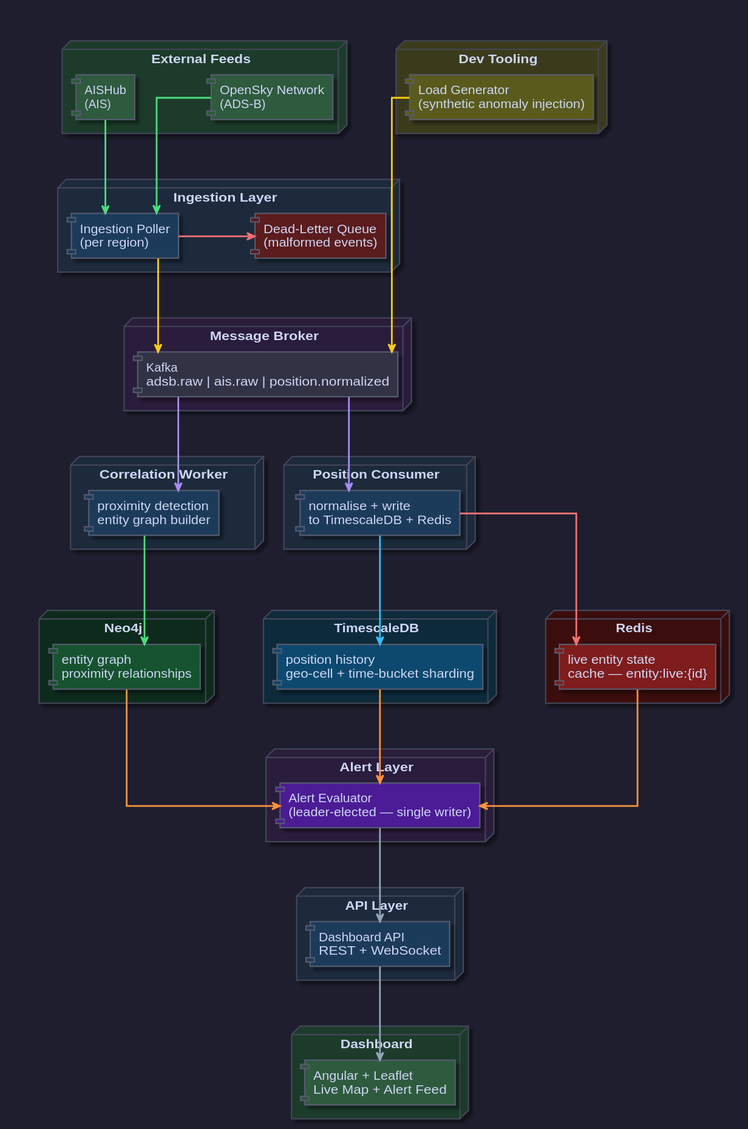
Earlier version of the PlantUML export diagrams/docs/Sentinel Architecture.svg (Buffden/sentinel).
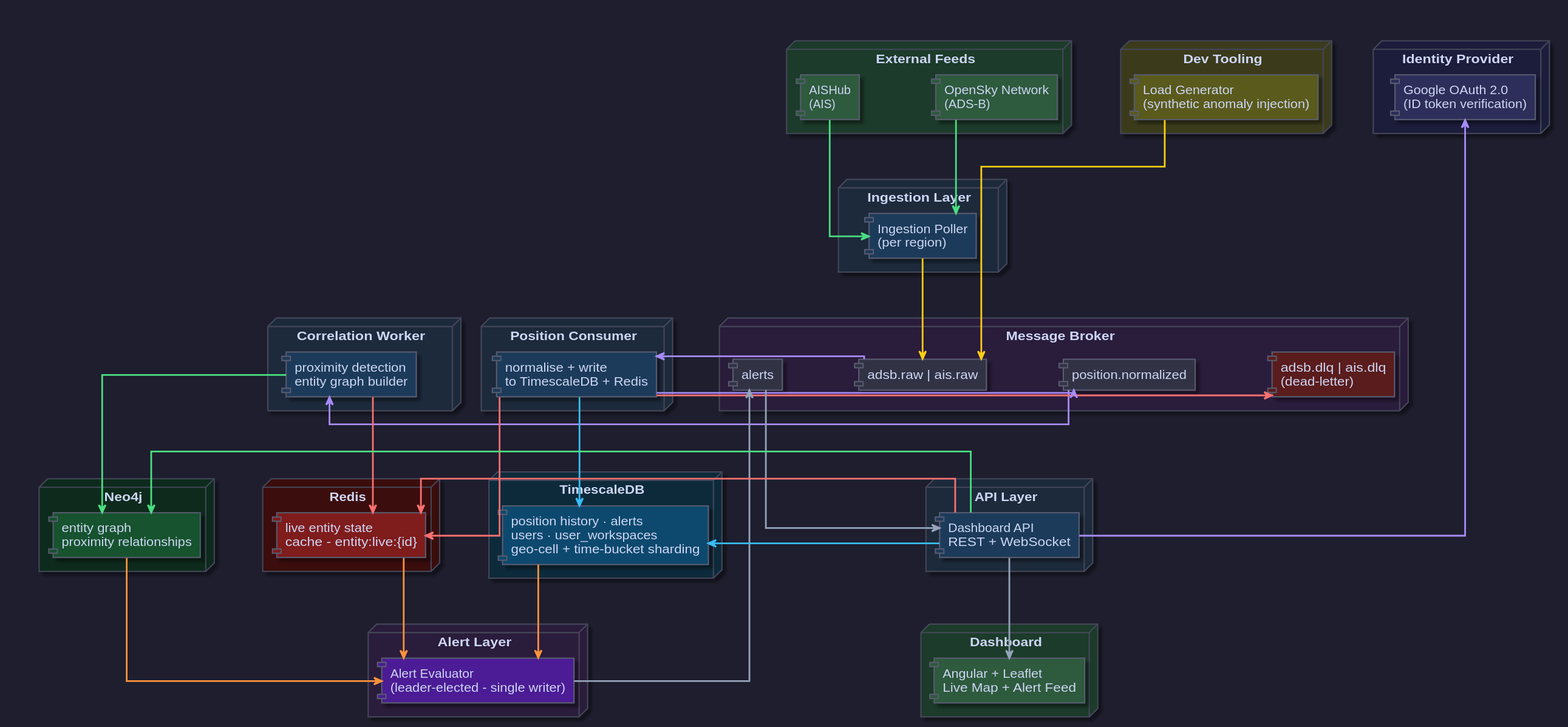
After the change.

Change to the diagram source:
```diff
@@ -43,15 +43,21 @@
     node "Dev Tooling" #3a3a1a {
         component [Load Generator\n(synthetic anomaly injection)] as LOADGEN #5a5a1a
     }
+
+    node "Identity Provider" #1a1a3a {
+        component [Google OAuth 2.0\n(ID token verification)] as GOOGLE #2d2d5a
+    }
 }
 
 node "Ingestion Layer" #1a2a3a {
     component [Ingestion Poller\n(per region)] as POLLER #1e3a5a
-    component [Dead-Letter Queue\n(malformed events)] as DLQ #5a1a1a
 }
 
 node "Message Broker" #2a1a3a {
-    queue [Kafka\nadsb.raw  |  ais.raw  |  position.normalized] as KAFKA
+    queue [adsb.raw  |  ais.raw] as KAFKA_RAW
+    queue [position.normalized] as KAFKA_NORM
+    queue [adsb.dlq  |  ais.dlq\n(dead-letter)] as KAFKA_DLQ #5a1a1a
+    queue [alerts] as KAFKA_ALERTS
 }
 
 together {
@@ -66,7 +72,7 @@
 
 together {
     node "TimescaleDB" #0c2a3a {
-        database [position history\ngeo-cell + time-bucket sharding] as TSDB #0c4a6e
+        database [position history · alerts\nusers · user_workspaces\ngeo-cell + time-bucket sharding] as TSDB #0c4a6e
     }
 
     node "Neo4j" #0a2a1a {
@@ -74,12 +80,12 @@
     }
 
     node "Redis" #3a0a0a {
-        database [live entity state\ncache — entity:live:{id}] as REDIS #7f1d1d
+        database [live entity state\ncache - entity:live:{id}] as REDIS #7f1d1d
     }
 }
 
 node "Alert Layer" #2a1a3a {
-    component [Alert Evaluator\n(leader-elected — single writer)] as ALERT #4c1d95
+    component [Alert Evaluator\n(leader-elected - single writer)] as ALERT #4c1d95
 }
 
 node "API Layer" #1a2a3a {
@@ -93,23 +99,38 @@
 
 ADSB        -[#4ade80]down->  POLLER
 AIS         -[#4ade80]down->  POLLER
-LOADGEN     -[#facc15]down->  KAFKA
 
-POLLER      -[#facc15]down->  KAFKA
-POLLER      -[#f87171]right-> DLQ
+LOADGEN     -[#facc15]down->  KAFKA_RAW
 
-KAFKA       -[#a78bfa]down->  POS_CONSUMER
-KAFKA       -[#a78bfa]down->  CORR_WORKER
+POLLER      -[#facc15]down->  KAFKA_RAW
+
+KAFKA_RAW   -[#a78bfa]down->  POS_CONSUMER
+
+KAFKA_NORM  -[#a78bfa]down->  CORR_WORKER
+
+POS_CONSUMER -[#f87171]right-> KAFKA_DLQ
 
 POS_CONSUMER -[#38bdf8]down-> TSDB
 POS_CONSUMER -[#f87171]down-> REDIS
+
+POS_CONSUMER -[#a78bfa]right-> KAFKA_NORM
+
+CORR_WORKER  -[#f87171]down-> REDIS
+
 CORR_WORKER  -[#4ade80]down-> NEO4J
 
 TSDB        -[#fb923c]down->  ALERT
 NEO4J       -[#fb923c]down->  ALERT
 REDIS       -[#fb923c]down->  ALERT
 
-ALERT       -[#94a3b8]down->  API
+ALERT       -[#94a3b8]down->  KAFKA_ALERTS
+KAFKA_ALERTS -[#94a3b8]down-> API
+
+API         -[#38bdf8]left->  TSDB
+API         -[#f87171]left->  REDIS
+API         -[#4ade80]left->  NEO4J
+API         -[#a78bfa]up->    GOOGLE
+
 API         -[#94a3b8]down->  DASH
 
 @enduml
```
